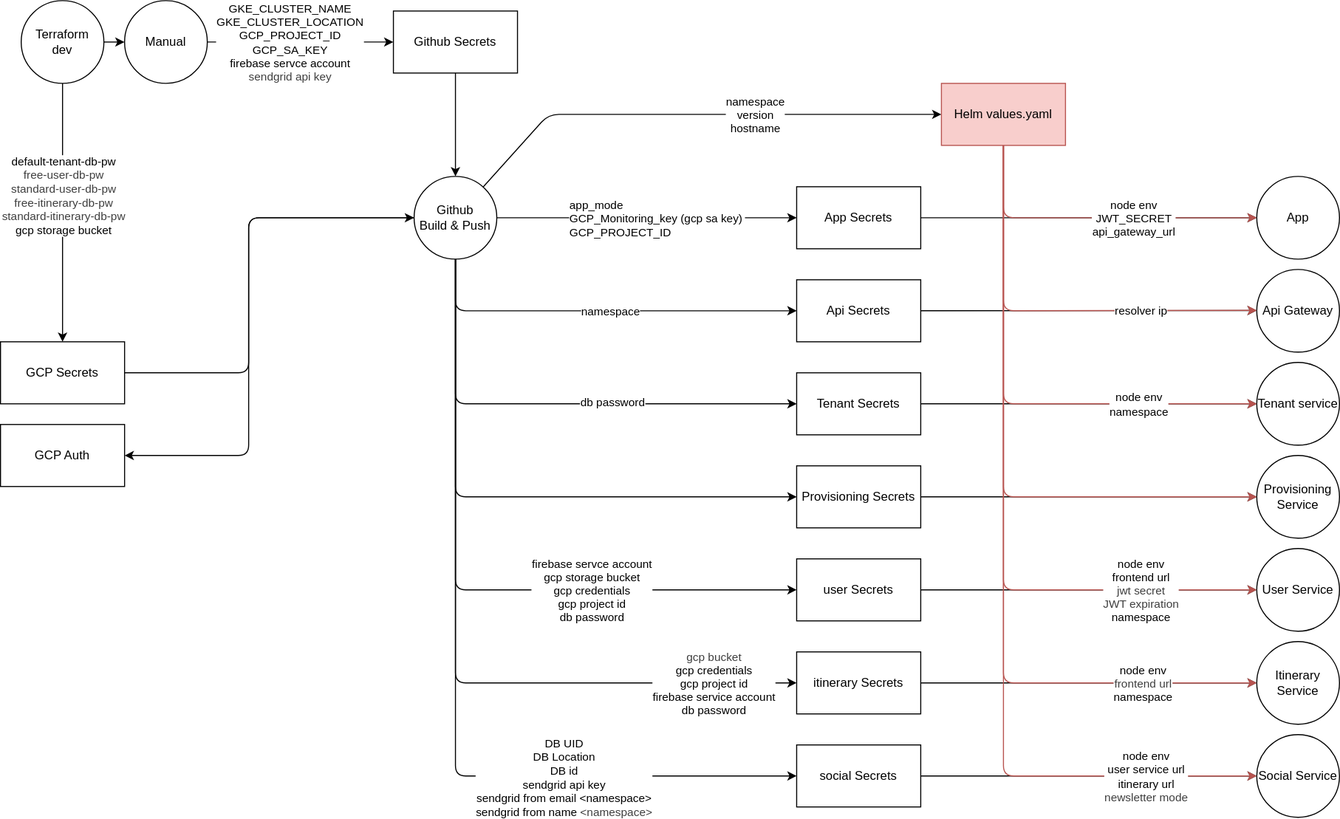
Earlier version of the draw.io export docs/dataflow_diagram.drawio.svg (CloudAppDevProject/CloudAppDev). Source tidied: cells renumbered, new cells last; positions are measured from the earlier drawing's top-left corner, leaving out a move shared by most shapes.
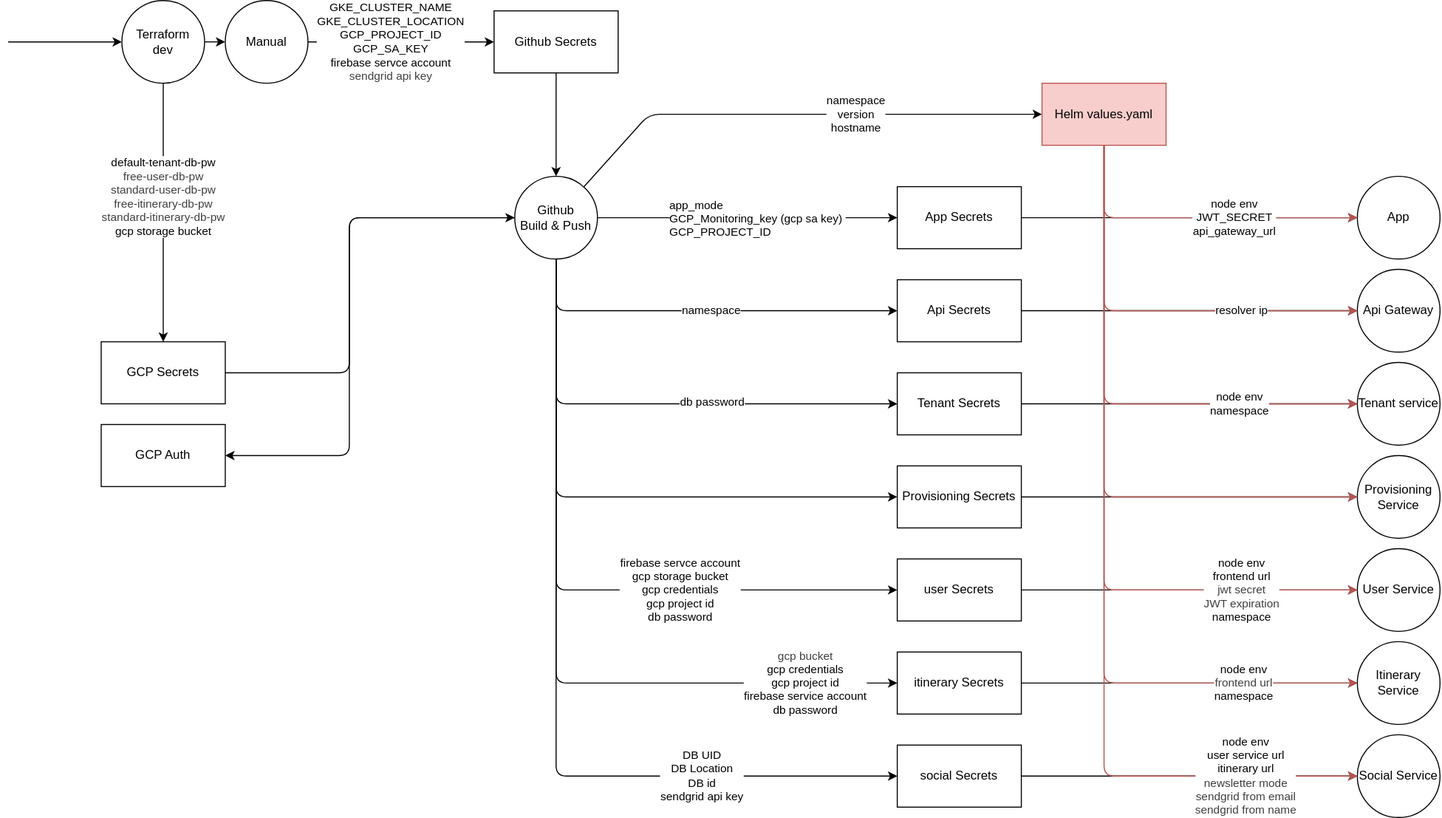
After the change.

Commit message:
Refactor code structure for improved readability and maintainability

The edit, as a diff of the source:
```diff
@@ -29,6 +29,11 @@
     <mxCell id="10" value="default-tenant-db-pw&lt;div&gt;&lt;span style=&quot;color: rgb(63, 63, 63);&quot;&gt;free-user-db-pw&lt;br&gt;&lt;/span&gt;&lt;span style=&quot;color: rgb(63, 63, 63);&quot;&gt;standard-user-db-pw&lt;/span&gt;&lt;span style=&quot;color: rgb(63, 63, 63);&quot;&gt;&lt;/span&gt;&lt;/div&gt;&lt;div&gt;&lt;span style=&quot;color: rgb(63, 63, 63);&quot;&gt;free-itinerary-db-pw&lt;br&gt;&lt;/span&gt;&lt;span style=&quot;color: rgb(63, 63, 63);&quot;&gt;standard-itinerary-db-pw&lt;br&gt;&lt;span style=&quot;color: rgb(0, 0, 0);&quot;&gt;gcp storage bucket&lt;/span&gt;&lt;/span&gt;&lt;span style=&quot;color: rgb(63, 63, 63);&quot;&gt;&lt;/span&gt;&lt;span style=&quot;color: rgb(63, 63, 63);&quot;&gt;&lt;/span&gt;&lt;/div&gt;" style="edgeLabel;html=1;align=center;verticalAlign=middle;" parent="9" vertex="1">
       <mxGeometry x="-0.13" relative="1" as="geometry" />
     </mxCell>
+    <mxCell id="66" style="edgeStyle=none;html=1;startArrow=classic;startFill=1;endArrow=none;endFill=0;" parent="1" edge="1" source="11">
+      <mxGeometry relative="1" as="geometry">
+        <mxPoint x="-90" y="40" as="targetPoint" />
+      </mxGeometry>
+    </mxCell>
     <mxCell id="11" value="&lt;span style=&quot;color: rgb(0, 0, 0);&quot;&gt;Terraform&lt;/span&gt;&lt;br style=&quot;color: rgb(63, 63, 63); scrollbar-color: rgb(226, 226, 226) rgb(251, 251, 251);&quot;&gt;&lt;span style=&quot;color: rgb(0, 0, 0);&quot;&gt;dev&lt;/span&gt;" style="ellipse;whiteSpace=wrap;html=1;" parent="1" vertex="1">
       <mxGeometry x="20" width="80" height="80" as="geometry" />
     </mxCell>
@@ -77,7 +82,9 @@
       </mxGeometry>
     </mxCell>
     <mxCell id="20" value="&lt;div&gt;&lt;font style=&quot;color: rgb(0, 0, 0);&quot;&gt;firebase servce account&lt;/font&gt;&lt;/div&gt;&lt;div&gt;&lt;font style=&quot;color: rgb(0, 0, 0);&quot;&gt;gcp storage bucket&lt;/font&gt;&lt;/div&gt;&lt;div&gt;&lt;font style=&quot;color: rgb(0, 0, 0);&quot;&gt;gcp credentials&lt;/font&gt;&lt;/div&gt;&lt;div&gt;&lt;font style=&quot;color: rgb(0, 0, 0);&quot;&gt;gcp project id&lt;/font&gt;&lt;/div&gt;&lt;div&gt;&lt;font style=&quot;color: rgb(0, 0, 0);&quot;&gt;db password&lt;/font&gt;&lt;/div&gt;" style="edgeLabel;html=1;align=center;verticalAlign=middle;" parent="19" vertex="1">
-      <mxGeometry x="0.39" relative="1" as="geometry" />
+      <mxGeometry x="0.39" relative="1" as="geometry">
+        <mxPoint x="-11" as="offset" />
+      </mxGeometry>
     </mxCell>
     <mxCell id="21" style="edgeStyle=none;html=1;" parent="1" edge="1" source="28" target="44">
       <mxGeometry relative="1" as="geometry">
@@ -88,7 +95,7 @@
     </mxCell>
     <mxCell id="22" value="&lt;div&gt;&lt;span style=&quot;color: rgb(63, 63, 63); background-color: light-dark(#ffffff, var(--ge-dark-color, #121212));&quot;&gt;gcp bucket&lt;/span&gt;&lt;/div&gt;&lt;div&gt;gcp credentials&lt;/div&gt;&lt;div&gt;gcp project id&lt;/div&gt;&lt;div&gt;firebase service account&lt;/div&gt;&lt;div&gt;&lt;div style=&quot;scrollbar-color: rgb(226, 226, 226) rgb(251, 251, 251);&quot;&gt;&lt;div style=&quot;scrollbar-color: rgb(226, 226, 226) rgb(251, 251, 251);&quot;&gt;&lt;span style=&quot;background-color: light-dark(#ffffff, var(--ge-dark-color, #121212));&quot;&gt;db password&lt;/span&gt;&lt;/div&gt;&lt;/div&gt;&lt;/div&gt;" style="edgeLabel;html=1;align=center;verticalAlign=middle;" parent="21" vertex="1">
       <mxGeometry x="0.81" relative="1" as="geometry">
-        <mxPoint x="-9" as="offset" />
+        <mxPoint x="-19" as="offset" />
       </mxGeometry>
     </mxCell>
     <mxCell id="23" style="edgeStyle=none;html=1;" parent="1" edge="1" source="28" target="46">
@@ -98,8 +105,10 @@
         </Array>
       </mxGeometry>
     </mxCell>
-    <mxCell id="24" value="&lt;div&gt;DB UID&lt;br&gt;DB Location&lt;br&gt;DB id&lt;/div&gt;&lt;div&gt;sendgrid api key&lt;/div&gt;&lt;div&gt;sendgrid from email &amp;lt;namespace&amp;gt;&lt;/div&gt;&lt;div&gt;sendgrid from name&amp;nbsp;&lt;span style=&quot;color: rgb(63, 63, 63); background-color: light-dark(#ffffff, var(--ge-dark-color, #121212));&quot;&gt;&amp;lt;namespace&amp;gt;&lt;/span&gt;&lt;/div&gt;" style="edgeLabel;html=1;align=center;verticalAlign=middle;" parent="23" vertex="1">
-      <mxGeometry x="0.46" y="-1" relative="1" as="geometry" />
+    <mxCell id="24" value="&lt;div&gt;DB UID&lt;br&gt;DB Location&lt;br&gt;DB id&lt;/div&gt;&lt;div&gt;sendgrid api key&lt;/div&gt;" style="edgeLabel;html=1;align=center;verticalAlign=middle;" parent="23" vertex="1">
+      <mxGeometry x="0.46" y="-1" relative="1" as="geometry">
+        <mxPoint x="36" y="-1" as="offset" />
+      </mxGeometry>
     </mxCell>
     <mxCell id="25" style="edgeStyle=none;shape=connector;rounded=1;html=1;strokeColor=default;align=center;verticalAlign=middle;fontFamily=Helvetica;fontSize=11;fontColor=default;labelBackgroundColor=default;endArrow=classic;" parent="1" edge="1" source="28" target="62">
       <mxGeometry relative="1" as="geometry">
@@ -193,7 +202,7 @@
         </Array>
       </mxGeometry>
     </mxCell>
-    <mxCell id="49" value="&lt;div&gt;&lt;font color=&quot;#000000&quot;&gt;&lt;span style=&quot;color: rgb(63, 63, 63);&quot;&gt;&lt;span style=&quot;color: rgb(0, 0, 0);&quot;&gt;node env&lt;/span&gt;&lt;/span&gt;&lt;br&gt;user service url&lt;/font&gt;&lt;/div&gt;&lt;div&gt;&lt;font color=&quot;#000000&quot;&gt;itinerary url&lt;br&gt;&lt;span style=&quot;color: rgb(63, 63, 63);&quot;&gt;newsletter mode&lt;/span&gt;&lt;/font&gt;&lt;/div&gt;" style="edgeLabel;html=1;align=center;verticalAlign=middle;" parent="48" vertex="1">
+    <mxCell id="49" value="&lt;div&gt;&lt;font color=&quot;#000000&quot;&gt;&lt;span style=&quot;color: rgb(63, 63, 63);&quot;&gt;&lt;span style=&quot;color: rgb(0, 0, 0);&quot;&gt;node env&lt;/span&gt;&lt;/span&gt;&lt;br&gt;user service url&lt;/font&gt;&lt;/div&gt;&lt;div&gt;&lt;font color=&quot;#000000&quot;&gt;itinerary url&lt;br&gt;&lt;span style=&quot;color: rgb(63, 63, 63);&quot;&gt;newsletter mode&lt;br&gt;&lt;div style=&quot;color: rgb(63, 63, 63); scrollbar-color: rgb(226, 226, 226) rgb(251, 251, 251);&quot;&gt;sendgrid from email&lt;/div&gt;&lt;div style=&quot;color: rgb(63, 63, 63); scrollbar-color: rgb(226, 226, 226) rgb(251, 251, 251);&quot;&gt;sendgrid from name&lt;/div&gt;&lt;/span&gt;&lt;/font&gt;&lt;/div&gt;" style="edgeLabel;html=1;align=center;verticalAlign=middle;" parent="48" vertex="1">
       <mxGeometry x="0.79" relative="1" as="geometry">
         <mxPoint x="-20" as="offset" />
       </mxGeometry>
```
